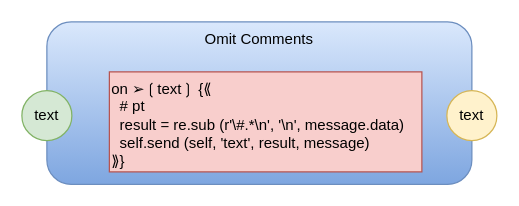
The draw.io diagram poc/omitcomments.drawio in guitarvydas/pypm, before the edit. Source tidied: cells renumbered, new cells numbered last; positions are measured from the earlier drawing's top-left corner, leaving out a move shared by most shapes. Both pictures are drawn from the tidied source at 125%, with x=0, y=0 at pixel (21, 21).
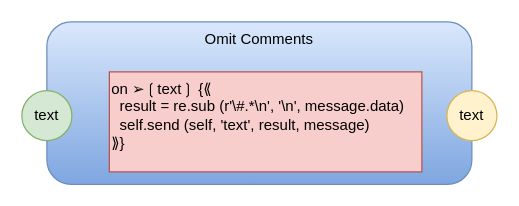
The same diagram, later.

The edit, as a diff of the source:
```diff
@@
 <mxGraphModel>
   <root>
     <mxCell id="0" />
     <mxCell id="1" parent="0" />
     <mxCell id="2" value="Omit Comments" style="rounded=1;whiteSpace=wrap;html=1;horizontal=1;verticalAlign=top;strokeColor=#6c8ebf;fillColor=#dae8fc;gradientColor=#7ea6e0;" parent="1" vertex="1">
       <mxGeometry x="20" width="340" height="130" as="geometry" />
     </mxCell>
     <mxCell id="3" value="text" style="ellipse;whiteSpace=wrap;html=1;fillColor=#d5e8d4;strokeColor=#82b366;" parent="1" vertex="1">
       <mxGeometry y="55" width="40" height="40" as="geometry" />
     </mxCell>
     <mxCell id="4" value="text" style="ellipse;whiteSpace=wrap;html=1;fillColor=#fff2cc;strokeColor=#d6b656;" parent="1" vertex="1">
       <mxGeometry x="340" y="55" width="40" height="40" as="geometry" />
     </mxCell>
-    <mxCell id="5" value="&lt;div&gt;&lt;div&gt;&lt;div&gt;&lt;div&gt;&lt;span&gt;on ➢❲text❳ {⟪&lt;/span&gt;&lt;br&gt;&lt;/div&gt;&lt;/div&gt;&lt;/div&gt;&lt;/div&gt;&lt;div&gt;&lt;span&gt;&amp;nbsp; # pt&lt;/span&gt;&lt;/div&gt;&lt;div&gt;&lt;div&gt;&lt;div&gt;&amp;nbsp; result = re.sub (r'\#.*\n', '\n', message.data)&lt;/div&gt;&lt;div&gt;&amp;nbsp; self.send (self, 'text', result, message)&lt;/div&gt;&lt;/div&gt;&lt;div&gt;&lt;/div&gt;&lt;div&gt;⟫}&lt;/div&gt;&lt;/div&gt;" style="rounded=0;whiteSpace=wrap;html=1;align=left;verticalAlign=top;fillColor=#f8cecc;strokeColor=#b85450;" parent="1" vertex="1">
+    <mxCell id="5" value="&lt;div&gt;&lt;div&gt;&lt;div&gt;&lt;div&gt;&lt;span&gt;on ➢❲text❳ {⟪&lt;/span&gt;&lt;br&gt;&lt;/div&gt;&lt;/div&gt;&lt;/div&gt;&lt;/div&gt;&lt;div&gt;&lt;span&gt;&amp;nbsp; result = re.sub (r'\#.*\n', '\n', message.data)&lt;/span&gt;&lt;br&gt;&lt;/div&gt;&lt;div&gt;&lt;div&gt;&lt;div&gt;&amp;nbsp; self.send (self, 'text', result, message)&lt;/div&gt;&lt;/div&gt;&lt;div&gt;&lt;/div&gt;&lt;div&gt;⟫}&lt;/div&gt;&lt;/div&gt;" style="rounded=0;whiteSpace=wrap;html=1;align=left;verticalAlign=top;fillColor=#f8cecc;strokeColor=#b85450;" parent="1" vertex="1">
       <mxGeometry x="70" y="40" width="250" height="80" as="geometry" />
     </mxCell>
   </root>
 </mxGraphModel>
```
